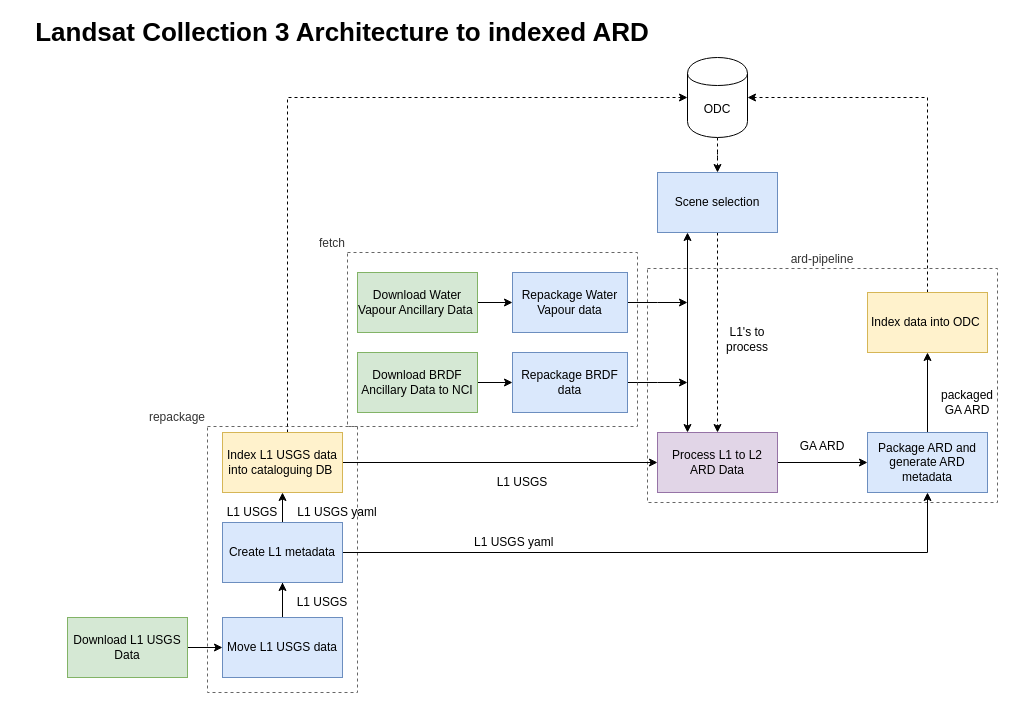
This is collection3/c3dataflow.drawio from dunkgray/dea-document-images, a draw.io file, before an edit. Source tidied: cells renumbered, new cells numbered last; positions are measured from the earlier drawing's top-left corner, leaving out a move shared by most shapes. Both pictures are drawn from the tidied source at 100%, with x=0, y=0 at pixel (17, 22).
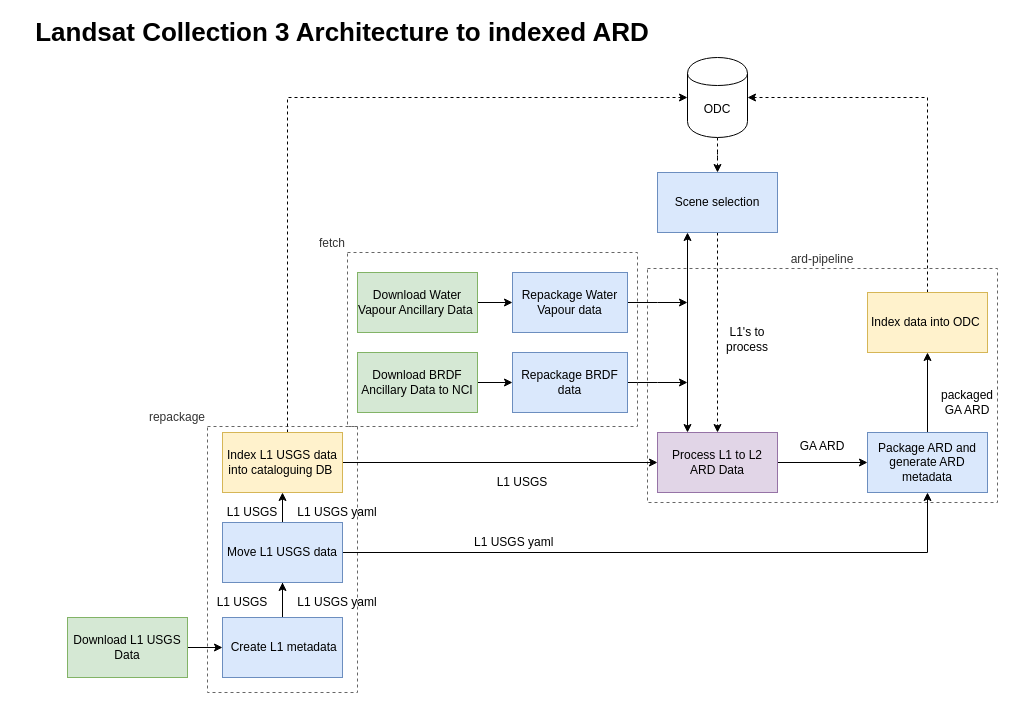
Above is the later version.

The edit, as a diff of the source:
```diff
@@
-    <mxCell id="19" value="Move L1 USGS data" style="rounded=0;whiteSpace=wrap;html=1;fillColor=#dae8fc;strokeColor=#6c8ebf;" parent="1" vertex="1">
+    <mxCell id="19" value="&amp;nbsp;Create L1 metadata" style="rounded=0;whiteSpace=wrap;html=1;fillColor=#dae8fc;strokeColor=#6c8ebf;" parent="1" vertex="1">
       <mxGeometry x="205" y="595" width="120" height="60" as="geometry" />
     </mxCell>
@@
     <mxCell id="25" value="L1 USGS" style="text;html=1;strokeColor=none;fillColor=none;align=center;verticalAlign=middle;whiteSpace=wrap;rounded=0;" parent="1" vertex="1">
-      <mxGeometry x="270" y="570" width="70" height="20" as="geometry" />
+      <mxGeometry x="190" y="570" width="70" height="20" as="geometry" />
     </mxCell>
@@
-    <mxCell id="32" value="Create L1 metadata" style="rounded=0;whiteSpace=wrap;html=1;fillColor=#dae8fc;strokeColor=#6c8ebf;" parent="1" vertex="1">
+    <mxCell id="32" value="&lt;span&gt;Move L1 USGS data&lt;/span&gt;" style="rounded=0;whiteSpace=wrap;html=1;fillColor=#dae8fc;strokeColor=#6c8ebf;" parent="1" vertex="1">
       <mxGeometry x="205" y="500" width="120" height="60" as="geometry" />
     </mxCell>
@@
+    <mxCell id="44" value="L1 USGS yaml" style="text;html=1;strokeColor=none;fillColor=none;align=center;verticalAlign=middle;whiteSpace=wrap;rounded=0;" parent="1" vertex="1">
+      <mxGeometry x="270" y="570" width="100" height="20" as="geometry" />
+    </mxCell>
```
